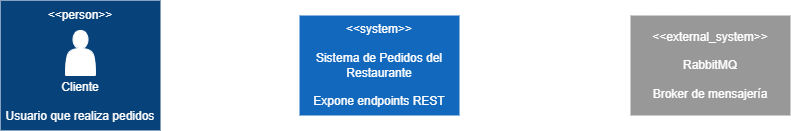
ErikSalva/tpi-restaurant-system keeps this draw.io diagram as docs/c4/c4-context.png. Above is the earlier version. Source tidied: cells renumbered, new cells last; positions are measured from the earlier drawing's top-left corner, leaving out a move shared by most shapes. The source it was exported from:
```xml
<mxGraphModel>
  <root>
    <mxCell id="0" />
    <mxCell id="1" parent="0" />
    <mxCell id="2" style="edgeStyle=orthogonalEdgeStyle;rounded=0;jettySize=auto;html=1;entryX=0;entryY=0.5;entryDx=0;entryDy=0;exitX=1;exitY=0.5;exitDx=0;exitDy=0;" parent="1" edge="1" source="11" target="6">
      <mxGeometry relative="1" as="geometry" />
    </mxCell>
    <mxCell id="3" value="Realiza pedidos (HTTP)" style="edgeLabel;html=1;align=center;verticalAlign=middle;labelBackgroundColor=none;" parent="2" vertex="1">
      <mxGeometry x="-0.47" y="-1" relative="1" as="geometry">
        <mxPoint x="28" y="9" as="offset" />
      </mxGeometry>
    </mxCell>
    <mxCell id="4" style="edgeStyle=orthogonalEdgeStyle;rounded=0;jettySize=auto;html=1;" parent="1" edge="1" source="6" target="7">
      <mxGeometry relative="1" as="geometry" />
    </mxCell>
    <mxCell id="5" value="Publica evento PedidoConfirmado" style="edgeLabel;html=1;align=center;verticalAlign=middle;labelBackgroundColor=none;" parent="4" vertex="1">
      <mxGeometry x="-0.26" y="-1" relative="1" as="geometry">
        <mxPoint x="23" y="9" as="offset" />
      </mxGeometry>
    </mxCell>
    <mxCell id="6" value="&amp;lt;&amp;lt;system&amp;gt;&amp;gt;&lt;br&gt;&lt;br&gt;&lt;div&gt;Sistema de Pedidos del Restaurante&lt;/div&gt;&lt;div&gt;&lt;br&gt;&lt;div&gt;Expone endpoints REST&lt;/div&gt;&lt;/div&gt;" style="rounded=0;whiteSpace=wrap;html=1;fillColor=light-dark(#1168BD,#1168BD);strokeColor=none;" parent="1" vertex="1">
      <mxGeometry x="299" y="15" width="160" height="100" as="geometry" />
    </mxCell>
    <mxCell id="7" value="&amp;lt;&amp;lt;external_system&amp;gt;&amp;gt;&lt;br&gt;&lt;br&gt;RabbitMQ&lt;br&gt;&lt;br&gt;&lt;div&gt;Broker de mensajería&lt;/div&gt;" style="rounded=0;whiteSpace=wrap;html=1;glass=0;strokeColor=none;fillColor=light-dark(#999898,#999898);" parent="1" vertex="1">
      <mxGeometry x="630" y="15" width="160" height="100" as="geometry" />
    </mxCell>
    <mxCell id="8" style="edgeStyle=orthogonalEdgeStyle;rounded=0;jettySize=auto;html=1;entryX=0.5;entryY=1;entryDx=0;entryDy=0;" parent="1" edge="1" target="6">
      <mxGeometry relative="1" as="geometry" />
    </mxCell>
    <mxCell id="9" value="Valida tokens JWT" style="edgeLabel;html=1;align=center;verticalAlign=middle;" parent="8" vertex="1">
      <mxGeometry x="0.1" y="-2" relative="1" as="geometry">
        <mxPoint x="-52" y="6" as="offset" />
      </mxGeometry>
    </mxCell>
    <mxCell id="10" style="group;" parent="1" vertex="1">
      <mxGeometry width="160" height="130" as="geometry" />
    </mxCell>
    <mxCell id="11" value="&lt;div&gt;&amp;lt;&amp;lt;person&amp;gt;&amp;gt;&lt;/div&gt;&lt;div&gt;&lt;br&gt;&lt;/div&gt;&lt;div&gt;&lt;br&gt;&lt;/div&gt;&lt;div&gt;&lt;br&gt;&lt;/div&gt;&lt;div&gt;&lt;br&gt;&lt;/div&gt;&lt;div&gt;Cliente&lt;/div&gt;&lt;div&gt;&lt;br&gt;&lt;/div&gt;&lt;div&gt;Usuario que realiza pedidos&lt;/div&gt;" style="rounded=0;whiteSpace=wrap;html=1;fillColor=light-dark(#08427B,#08427B);strokeColor=none;gradientColor=none;" parent="10" vertex="1">
      <mxGeometry width="160" height="130" as="geometry" />
    </mxCell>
    <mxCell id="12" style="shape=actor;whiteSpace=wrap;html=1;strokeColor=default;fillColor=light-dark(#FFFFFF,#FFFFFF);" parent="10" vertex="1">
      <mxGeometry x="65" y="30" width="30" height="45" as="geometry" />
    </mxCell>
  </root>
</mxGraphModel>
```
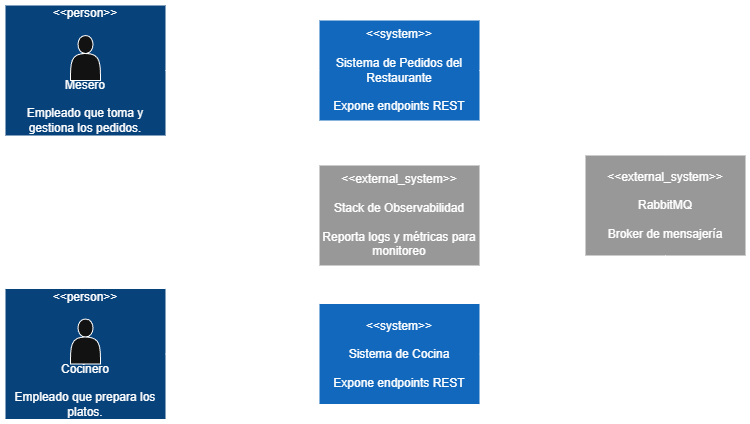
The same diagram one commit later.

Change to the diagram source:
```diff
@@ -2,44 +2,73 @@
   <root>
     <mxCell id="0" />
     <mxCell id="1" parent="0" />
-    <mxCell id="2" style="edgeStyle=orthogonalEdgeStyle;rounded=0;jettySize=auto;html=1;entryX=0;entryY=0.5;entryDx=0;entryDy=0;exitX=1;exitY=0.5;exitDx=0;exitDy=0;" parent="1" edge="1" source="11" target="6">
-      <mxGeometry relative="1" as="geometry" />
-    </mxCell>
-    <mxCell id="3" value="Realiza pedidos (HTTP)" style="edgeLabel;html=1;align=center;verticalAlign=middle;labelBackgroundColor=none;" parent="2" vertex="1">
-      <mxGeometry x="-0.47" y="-1" relative="1" as="geometry">
-        <mxPoint x="28" y="9" as="offset" />
-      </mxGeometry>
-    </mxCell>
+    <mxCell id="13" style="group;" parent="1" vertex="1">
+      <mxGeometry y="160" width="160" height="130" as="geometry" />
+    </mxCell>
+    <mxCell id="14" value="&lt;div&gt;&amp;lt;&amp;lt;person&amp;gt;&amp;gt;&lt;/div&gt;&lt;div&gt;&lt;br&gt;&lt;/div&gt;&lt;div&gt;&lt;br&gt;&lt;/div&gt;&lt;div&gt;&lt;br&gt;&lt;/div&gt;&lt;div&gt;&lt;br&gt;&lt;/div&gt;&lt;div&gt;Mesero&lt;/div&gt;&lt;div&gt;&lt;br&gt;&lt;/div&gt;&lt;div&gt;Empleado que toma y gestiona los pedidos.&lt;/div&gt;" style="rounded=0;whiteSpace=wrap;html=1;fillColor=light-dark(#08427B,#08427B);strokeColor=none;gradientColor=none;" parent="13" vertex="1">
+      <mxGeometry width="160" height="130" as="geometry" />
+    </mxCell>
+    <mxCell id="15" style="shape=actor;whiteSpace=wrap;html=1;" parent="13" vertex="1">
+      <mxGeometry x="65" y="30" width="30" height="45" as="geometry" />
+    </mxCell>
+    <mxCell id="16" style="group;" parent="1" vertex="1">
+      <mxGeometry y="443.5" width="160" height="130" as="geometry" />
+    </mxCell>
+    <mxCell id="17" value="&lt;div&gt;&amp;lt;&amp;lt;person&amp;gt;&amp;gt;&lt;/div&gt;&lt;div&gt;&lt;br&gt;&lt;/div&gt;&lt;div&gt;&lt;br&gt;&lt;/div&gt;&lt;div&gt;&lt;br&gt;&lt;/div&gt;&lt;div&gt;&lt;br&gt;&lt;/div&gt;&lt;div&gt;Cocinero&lt;/div&gt;&lt;div&gt;&lt;br&gt;&lt;/div&gt;&lt;div&gt;&lt;span&gt;Empleado que prepara los platos.&lt;/span&gt;&lt;/div&gt;" style="rounded=0;whiteSpace=wrap;html=1;fillColor=light-dark(#08427B,#08427B);strokeColor=none;gradientColor=none;" parent="16" vertex="1">
+      <mxGeometry width="160" height="130" as="geometry" />
+    </mxCell>
+    <mxCell id="18" style="shape=actor;whiteSpace=wrap;html=1;" parent="16" vertex="1">
+      <mxGeometry x="65" y="30" width="30" height="45" as="geometry" />
+    </mxCell>
+    <mxCell id="19" style="edgeStyle=orthogonalEdgeStyle;rounded=0;jettySize=auto;html=1;exitX=0.5;exitY=1;exitDx=0;exitDy=0;" parent="1" edge="1" source="6" target="26">
+      <mxGeometry relative="1" as="geometry" />
+    </mxCell>
+    <mxCell id="6" value="&amp;lt;&amp;lt;system&amp;gt;&amp;gt;&lt;br&gt;&lt;br&gt;&lt;div&gt;Sistema de Pedidos del Restaurante&lt;/div&gt;&lt;div&gt;&lt;br&gt;&lt;div&gt;Expone endpoints REST&lt;/div&gt;&lt;/div&gt;" style="rounded=0;whiteSpace=wrap;html=1;fillColor=light-dark(#1168BD,#1168BD);strokeColor=none;" parent="1" vertex="1">
+      <mxGeometry x="314" y="175" width="160" height="100" as="geometry" />
+    </mxCell>
+    <mxCell id="20" style="edgeStyle=orthogonalEdgeStyle;rounded=0;jettySize=auto;html=1;exitX=1;exitY=0.5;exitDx=0;exitDy=0;entryX=0;entryY=0.5;entryDx=0;entryDy=0;" parent="1" edge="1" source="14" target="6">
+      <mxGeometry relative="1" as="geometry" />
+    </mxCell>
+    <mxCell id="21" value="Crea pedidos y los&amp;nbsp;&lt;div&gt;entrega cuando estan listos&lt;/div&gt;" style="edgeLabel;html=1;align=center;verticalAlign=middle;labelBackgroundColor=none;" parent="20" vertex="1">
+      <mxGeometry x="0.15" y="-2" relative="1" as="geometry">
+        <mxPoint x="-10" y="23" as="offset" />
+      </mxGeometry>
+    </mxCell>
+    <mxCell id="22" style="edgeStyle=orthogonalEdgeStyle;rounded=0;jettySize=auto;html=1;exitX=0.5;exitY=0;exitDx=0;exitDy=0;entryX=0.5;entryY=1;entryDx=0;entryDy=0;" parent="1" edge="1" source="23" target="26">
+      <mxGeometry relative="1" as="geometry" />
+    </mxCell>
+    <mxCell id="23" value="&amp;lt;&amp;lt;system&amp;gt;&amp;gt;&lt;br&gt;&lt;br&gt;&lt;div&gt;Sistema de Cocina&lt;/div&gt;&lt;div&gt;&lt;br&gt;&lt;div&gt;Expone endpoints REST&lt;/div&gt;&lt;/div&gt;" style="rounded=0;whiteSpace=wrap;html=1;fillColor=light-dark(#1168BD,#1168BD);strokeColor=none;" parent="1" vertex="1">
+      <mxGeometry x="314" y="458.5" width="160" height="100" as="geometry" />
+    </mxCell>
+    <mxCell id="7" value="&amp;lt;&amp;lt;external_system&amp;gt;&amp;gt;&lt;br&gt;&lt;br&gt;RabbitMQ&lt;br&gt;&lt;br&gt;&lt;div&gt;Broker de mensajería&lt;/div&gt;" style="rounded=0;whiteSpace=wrap;html=1;glass=0;strokeColor=none;fillColor=light-dark(#999898,#999898);" parent="1" vertex="1">
+      <mxGeometry x="580" y="310" width="160" height="100" as="geometry" />
+    </mxCell>
-    <mxCell id="4" style="edgeStyle=orthogonalEdgeStyle;rounded=0;jettySize=auto;html=1;" parent="1" edge="1" source="6" target="7">
+    <mxCell id="4" style="edgeStyle=orthogonalEdgeStyle;rounded=0;jettySize=auto;html=1;exitX=1;exitY=0.5;exitDx=0;exitDy=0;entryX=0.5;entryY=0;entryDx=0;entryDy=0;" parent="1" edge="1" source="6" target="7">
       <mxGeometry relative="1" as="geometry" />
     </mxCell>
     <mxCell id="5" value="Publica evento PedidoConfirmado" style="edgeLabel;html=1;align=center;verticalAlign=middle;labelBackgroundColor=none;" parent="4" vertex="1">
       <mxGeometry x="-0.26" y="-1" relative="1" as="geometry">
-        <mxPoint x="23" y="9" as="offset" />
+        <mxPoint x="-5" y="9" as="offset" />
       </mxGeometry>
     </mxCell>
-    <mxCell id="6" value="&amp;lt;&amp;lt;system&amp;gt;&amp;gt;&lt;br&gt;&lt;br&gt;&lt;div&gt;Sistema de Pedidos del Restaurante&lt;/div&gt;&lt;div&gt;&lt;br&gt;&lt;div&gt;Expone endpoints REST&lt;/div&gt;&lt;/div&gt;" style="rounded=0;whiteSpace=wrap;html=1;fillColor=light-dark(#1168BD,#1168BD);strokeColor=none;" parent="1" vertex="1">
-      <mxGeometry x="299" y="15" width="160" height="100" as="geometry" />
-    </mxCell>
-    <mxCell id="7" value="&amp;lt;&amp;lt;external_system&amp;gt;&amp;gt;&lt;br&gt;&lt;br&gt;RabbitMQ&lt;br&gt;&lt;br&gt;&lt;div&gt;Broker de mensajería&lt;/div&gt;" style="rounded=0;whiteSpace=wrap;html=1;glass=0;strokeColor=none;fillColor=light-dark(#999898,#999898);" parent="1" vertex="1">
-      <mxGeometry x="630" y="15" width="160" height="100" as="geometry" />
-    </mxCell>
-    <mxCell id="8" style="edgeStyle=orthogonalEdgeStyle;rounded=0;jettySize=auto;html=1;entryX=0.5;entryY=1;entryDx=0;entryDy=0;" parent="1" edge="1" target="6">
-      <mxGeometry relative="1" as="geometry" />
-    </mxCell>
-    <mxCell id="9" value="Valida tokens JWT" style="edgeLabel;html=1;align=center;verticalAlign=middle;" parent="8" vertex="1">
-      <mxGeometry x="0.1" y="-2" relative="1" as="geometry">
-        <mxPoint x="-52" y="6" as="offset" />
-      </mxGeometry>
-    </mxCell>
-    <mxCell id="10" style="group;" parent="1" vertex="1">
-      <mxGeometry width="160" height="130" as="geometry" />
-    </mxCell>
-    <mxCell id="11" value="&lt;div&gt;&amp;lt;&amp;lt;person&amp;gt;&amp;gt;&lt;/div&gt;&lt;div&gt;&lt;br&gt;&lt;/div&gt;&lt;div&gt;&lt;br&gt;&lt;/div&gt;&lt;div&gt;&lt;br&gt;&lt;/div&gt;&lt;div&gt;&lt;br&gt;&lt;/div&gt;&lt;div&gt;Cliente&lt;/div&gt;&lt;div&gt;&lt;br&gt;&lt;/div&gt;&lt;div&gt;Usuario que realiza pedidos&lt;/div&gt;" style="rounded=0;whiteSpace=wrap;html=1;fillColor=light-dark(#08427B,#08427B);strokeColor=none;gradientColor=none;" parent="10" vertex="1">
-      <mxGeometry width="160" height="130" as="geometry" />
-    </mxCell>
-    <mxCell id="12" style="shape=actor;whiteSpace=wrap;html=1;strokeColor=default;fillColor=light-dark(#FFFFFF,#FFFFFF);" parent="10" vertex="1">
-      <mxGeometry x="65" y="30" width="30" height="45" as="geometry" />
-    </mxCell>
+    <mxCell id="24" style="edgeStyle=orthogonalEdgeStyle;rounded=0;jettySize=auto;html=1;exitX=0.5;exitY=1;exitDx=0;exitDy=0;entryX=1;entryY=0.5;entryDx=0;entryDy=0;" parent="1" edge="1" source="7" target="23">
+      <mxGeometry relative="1" as="geometry" />
+    </mxCell>
+    <mxCell id="25" value="Consume evento PedidoConfirmado" style="edgeLabel;html=1;align=center;verticalAlign=middle;labelBackgroundColor=none;" parent="24" vertex="1">
+      <mxGeometry x="-0.26" y="-1" relative="1" as="geometry">
+        <mxPoint x="-47" y="11" as="offset" />
+      </mxGeometry>
+    </mxCell>
+    <mxCell id="26" value="&amp;lt;&amp;lt;external_system&amp;gt;&amp;gt;&lt;br&gt;&lt;br&gt;Stack de Observabilidad&lt;div&gt;&lt;br&gt;&lt;div&gt;Reporta logs y métricas para monitoreo&lt;/div&gt;&lt;/div&gt;" style="rounded=0;whiteSpace=wrap;html=1;glass=0;strokeColor=none;fillColor=light-dark(#999898,#999898);" parent="1" vertex="1">
+      <mxGeometry x="314" y="320" width="160" height="100" as="geometry" />
+    </mxCell>
+    <mxCell id="27" style="edgeStyle=orthogonalEdgeStyle;rounded=0;jettySize=auto;html=1;entryX=0;entryY=0.5;entryDx=0;entryDy=0;" parent="1" edge="1" source="17" target="23">
+      <mxGeometry relative="1" as="geometry" />
+    </mxCell>
+    <mxCell id="28" value="Prepara y&amp;nbsp;&lt;div&gt;a&lt;span style=&quot;color: light-dark(rgb(0, 0, 0), rgb(255, 255, 255));&quot;&gt;lista los pedidos&lt;/span&gt;&lt;/div&gt;" style="edgeLabel;html=1;align=center;verticalAlign=middle;labelBackgroundColor=none;" parent="27" vertex="1">
+      <mxGeometry x="-0.07" relative="1" as="geometry">
+        <mxPoint y="22" as="offset" />
+      </mxGeometry>
+    </mxCell>
   </root>
 </mxGraphModel>
```
